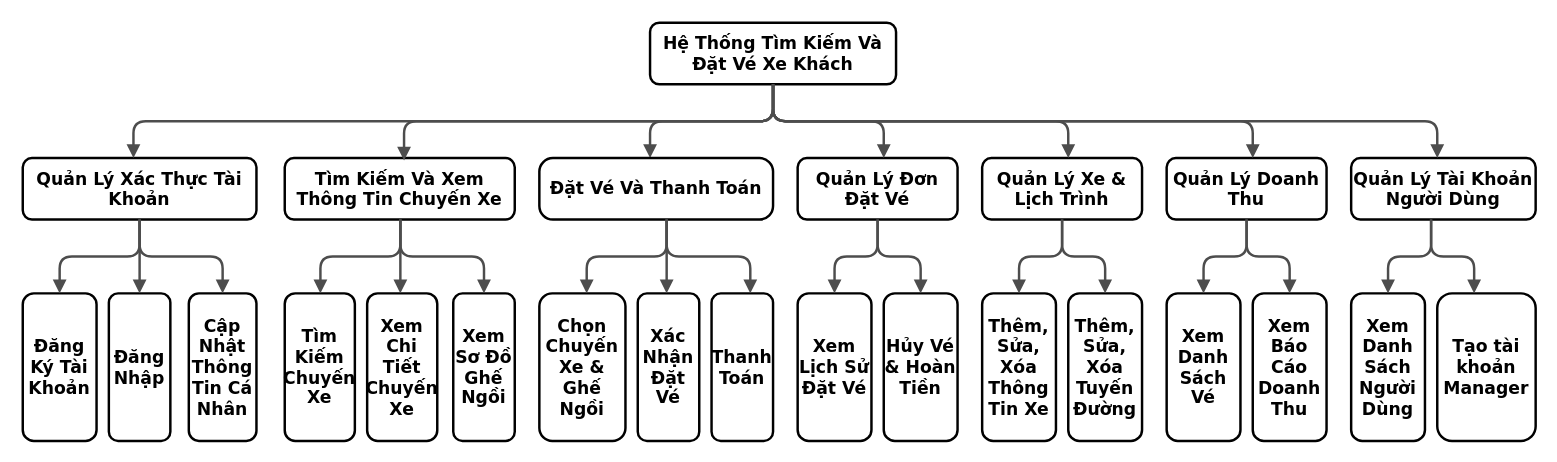
The draw.io diagram bieudophanra.drawio in anhquan1111/PBL3, before the edit. Source tidied: cells renumbered, new cells numbered last; positions are measured from the earlier drawing's top-left corner, leaving out a move shared by most shapes. Both pictures are drawn from the tidied source at 123%, with x=0, y=0 at pixel (22, 22).
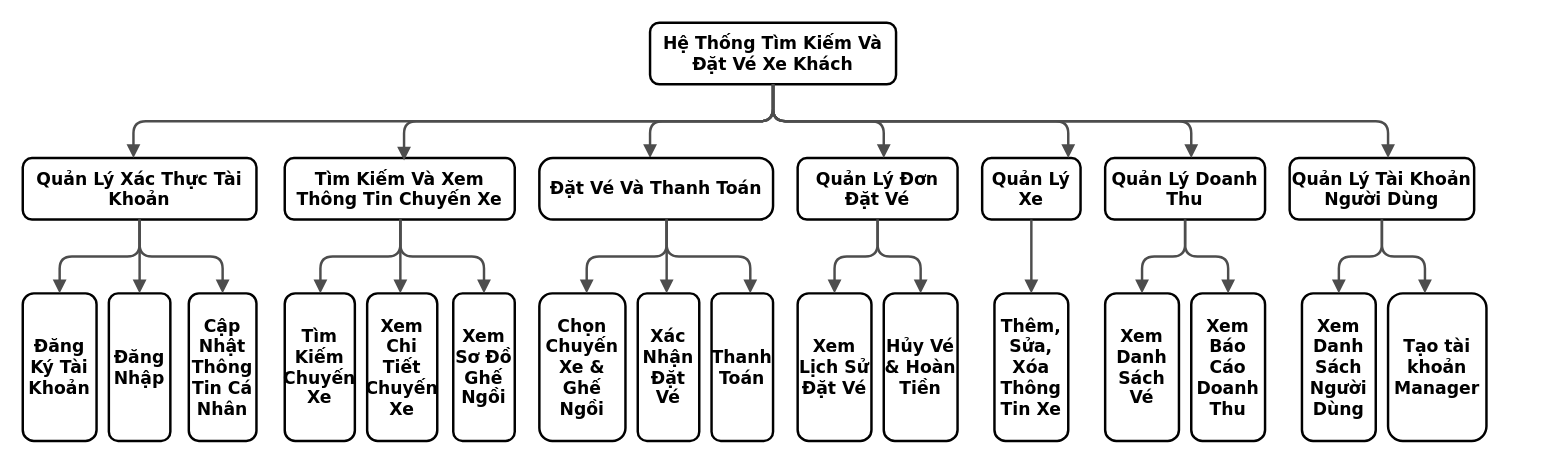
After the change.

Commit message:
Cập nhật bieudophanra.drawio

The change refers to these unchanged cells:
```xml
<mxCell id="7" value="&lt;font&gt;Hệ Thống Tìm Kiếm Và Đặt Vé Xe Khách&lt;/font&gt;" style="whiteSpace=wrap;html=1;rounded=1;shadow=0;comic=0;strokeWidth=2;fontFamily=Verdana;align=center;fontSize=14;fontStyle=1;" parent="1" vertex="1">
  <mxGeometry x="510" width="200" height="50" as="geometry" />
</mxCell>
```

Change to the diagram source:
```diff
@@
     <mxCell id="19" value="Thêm, Sửa, Xóa Thông Tin Xe" style="whiteSpace=wrap;html=1;rounded=1;shadow=0;comic=0;strokeWidth=2;fontFamily=Verdana;align=center;fontSize=14;fontStyle=1;" parent="1" vertex="1">
-      <mxGeometry x="780" y="220" width="60" height="120" as="geometry" />
+      <mxGeometry x="790" y="220" width="60" height="120" as="geometry" />
     </mxCell>
-    <mxCell id="20" value="Quản Lý Xe &amp;amp; Lịch Trình" style="whiteSpace=wrap;html=1;rounded=1;shadow=0;comic=0;strokeWidth=2;fontFamily=Verdana;align=center;fontSize=14;fontStyle=1;" parent="1" vertex="1">
-      <mxGeometry x="780" y="110" width="130" height="50" as="geometry" />
+    <mxCell id="20" value="Quản Lý Xe" style="whiteSpace=wrap;html=1;rounded=1;shadow=0;comic=0;strokeWidth=2;fontFamily=Verdana;align=center;fontSize=14;fontStyle=1;" parent="1" vertex="1">
+      <mxGeometry x="780" y="110" width="80" height="50" as="geometry" />
     </mxCell>
     <mxCell id="21" value="Quản Lý Doanh Thu" style="whiteSpace=wrap;html=1;rounded=1;shadow=0;comic=0;strokeWidth=2;fontFamily=Verdana;align=center;fontSize=14;fontStyle=1;" parent="1" vertex="1">
-      <mxGeometry x="930" y="110" width="130" height="50" as="geometry" />
+      <mxGeometry x="880" y="110" width="130" height="50" as="geometry" />
     </mxCell>
     <mxCell id="22" value="Quản Lý Tài Khoản Người Dùng" style="whiteSpace=wrap;html=1;rounded=1;shadow=0;comic=0;strokeWidth=2;fontFamily=Verdana;align=center;fontSize=14;fontStyle=1;" parent="1" vertex="1">
-      <mxGeometry x="1080" y="110" width="150" height="50" as="geometry" />
+      <mxGeometry x="1030" y="110" width="150" height="50" as="geometry" />
     </mxCell>
-    <mxCell id="23" value="Thêm, Sửa, Xóa Tuyến Đường" style="whiteSpace=wrap;html=1;rounded=1;shadow=0;comic=0;strokeWidth=2;fontFamily=Verdana;align=center;fontSize=14;fontStyle=1;" parent="1" vertex="1">
-      <mxGeometry x="850" y="220" width="60" height="120" as="geometry" />
-    </mxCell>
     <mxCell id="24" value="Xem Danh Sách Vé" style="whiteSpace=wrap;html=1;rounded=1;shadow=0;comic=0;strokeWidth=2;fontFamily=Verdana;align=center;fontSize=14;fontStyle=1;" parent="1" vertex="1">
-      <mxGeometry x="930" y="220" width="60" height="120" as="geometry" />
+      <mxGeometry x="880" y="220" width="60" height="120" as="geometry" />
     </mxCell>
     <mxCell id="25" value="Xem Báo Cáo Doanh Thu" style="whiteSpace=wrap;html=1;rounded=1;shadow=0;comic=0;strokeWidth=2;fontFamily=Verdana;align=center;fontSize=14;fontStyle=1;" parent="1" vertex="1">
-      <mxGeometry x="1000" y="220" width="60" height="120" as="geometry" />
+      <mxGeometry x="950" y="220" width="60" height="120" as="geometry" />
     </mxCell>
     <mxCell id="26" value="Xem Danh Sách Người Dùng" style="whiteSpace=wrap;html=1;rounded=1;shadow=0;comic=0;strokeWidth=2;fontFamily=Verdana;align=center;fontSize=14;fontStyle=1;" parent="1" vertex="1">
-      <mxGeometry x="1080" y="220" width="60" height="120" as="geometry" />
+      <mxGeometry x="1040" y="220" width="60" height="120" as="geometry" />
     </mxCell>
@@
     <mxCell id="30" style="edgeStyle=orthogonalEdgeStyle;rounded=1;html=1;labelBackgroundColor=none;endArrow=block;endFill=1;strokeColor=#4D4D4D;strokeWidth=2;fontFamily=Verdana;fontSize=14;fontStyle=1;exitX=0.5;exitY=1;exitDx=0;exitDy=0;" parent="1" edge="1" source="7">
       <mxGeometry relative="1" as="geometry">
-        <mxPoint x="1000" y="110" as="targetPoint" />
+        <mxPoint x="950" y="110" as="targetPoint" />
         <Array as="points">
           <mxPoint x="610" y="80" />
-          <mxPoint x="1000" y="80" />
-          <mxPoint x="1000" y="110" />
+          <mxPoint x="950" y="80" />
+          <mxPoint x="950" y="110" />
         </Array>
       </mxGeometry>
     </mxCell>
     <mxCell id="31" style="edgeStyle=orthogonalEdgeStyle;rounded=1;html=1;labelBackgroundColor=none;endArrow=block;endFill=1;strokeColor=#4D4D4D;strokeWidth=2;fontFamily=Verdana;fontSize=14;fontStyle=1;exitX=0.5;exitY=1;exitDx=0;exitDy=0;" parent="1" edge="1" source="7">
       <mxGeometry relative="1" as="geometry">
-        <mxPoint x="1150" y="110" as="targetPoint" />
+        <mxPoint x="1110" y="110" as="targetPoint" />
         <Array as="points">
           <mxPoint x="610" y="80" />
-          <mxPoint x="1150" y="80" />
-          <mxPoint x="1150" y="110" />
+          <mxPoint x="1110" y="80" />
+          <mxPoint x="1110" y="110" />
         </Array>
       </mxGeometry>
     </mxCell>
@@
     <mxCell id="44" style="edgeStyle=orthogonalEdgeStyle;rounded=1;html=1;labelBackgroundColor=none;endArrow=block;endFill=1;strokeColor=#4D4D4D;strokeWidth=2;fontFamily=Verdana;fontSize=14;fontStyle=1;exitX=0.5;exitY=1;exitDx=0;exitDy=0;entryX=0.5;entryY=0;entryDx=0;entryDy=0;" parent="1" edge="1">
       <mxGeometry relative="1" as="geometry">
-        <mxPoint x="995" y="160" as="sourcePoint" />
-        <mxPoint x="960" y="220" as="targetPoint" />
+        <mxPoint x="945" y="160" as="sourcePoint" />
+        <mxPoint x="910" y="220" as="targetPoint" />
         <Array as="points">
-          <mxPoint x="995" y="190" />
-          <mxPoint x="960" y="190" />
+          <mxPoint x="945" y="190" />
+          <mxPoint x="910" y="190" />
         </Array>
       </mxGeometry>
     </mxCell>
     <mxCell id="45" style="edgeStyle=orthogonalEdgeStyle;rounded=1;html=1;labelBackgroundColor=none;endArrow=block;endFill=1;strokeColor=#4D4D4D;strokeWidth=2;fontFamily=Verdana;fontSize=14;fontStyle=1;exitX=0.5;exitY=1;exitDx=0;exitDy=0;entryX=0.5;entryY=0;entryDx=0;entryDy=0;" parent="1" edge="1">
       <mxGeometry relative="1" as="geometry">
-        <mxPoint x="995" y="160" as="sourcePoint" />
-        <mxPoint x="1030" y="220" as="targetPoint" />
+        <mxPoint x="945" y="160" as="sourcePoint" />
+        <mxPoint x="980" y="220" as="targetPoint" />
         <Array as="points">
-          <mxPoint x="995" y="190" />
-          <mxPoint x="1030" y="190" />
+          <mxPoint x="945" y="190" />
+          <mxPoint x="980" y="190" />
         </Array>
       </mxGeometry>
     </mxCell>
-    <mxCell id="46" style="edgeStyle=orthogonalEdgeStyle;rounded=1;html=1;labelBackgroundColor=none;endArrow=block;endFill=1;strokeColor=#4D4D4D;strokeWidth=2;fontFamily=Verdana;fontSize=14;fontStyle=1;exitX=0.5;exitY=1;exitDx=0;exitDy=0;entryX=0.5;entryY=0;entryDx=0;entryDy=0;" parent="1" edge="1">
+    <mxCell id="46" style="edgeStyle=orthogonalEdgeStyle;rounded=1;html=1;labelBackgroundColor=none;endArrow=block;endFill=1;strokeColor=#4D4D4D;strokeWidth=2;fontFamily=Verdana;fontSize=14;fontStyle=1;exitX=0.5;exitY=1;exitDx=0;exitDy=0;entryX=0.5;entryY=0;entryDx=0;entryDy=0;" parent="1" edge="1" source="20" target="19">
       <mxGeometry relative="1" as="geometry">
-        <mxPoint x="845" y="160" as="sourcePoint" />
-        <mxPoint x="810" y="220" as="targetPoint" />
         <Array as="points">
-          <mxPoint x="845" y="190" />
-          <mxPoint x="810" y="190" />
+          <mxPoint x="820" y="210" />
+          <mxPoint x="820" y="210" />
         </Array>
       </mxGeometry>
     </mxCell>
-    <mxCell id="47" style="edgeStyle=orthogonalEdgeStyle;rounded=1;html=1;labelBackgroundColor=none;endArrow=block;endFill=1;strokeColor=#4D4D4D;strokeWidth=2;fontFamily=Verdana;fontSize=14;fontStyle=1;exitX=0.5;exitY=1;exitDx=0;exitDy=0;entryX=0.5;entryY=0;entryDx=0;entryDy=0;" parent="1" edge="1">
-      <mxGeometry relative="1" as="geometry">
-        <mxPoint x="845" y="160" as="sourcePoint" />
-        <mxPoint x="880" y="220" as="targetPoint" />
-        <Array as="points">
-          <mxPoint x="845" y="190" />
-          <mxPoint x="880" y="190" />
-        </Array>
-      </mxGeometry>
-    </mxCell>
     <mxCell id="48" value="Tạo tài khoản Manager" style="whiteSpace=wrap;html=1;rounded=1;shadow=0;comic=0;strokeWidth=2;fontFamily=Verdana;align=center;fontSize=14;fontStyle=1;" parent="1" vertex="1">
-      <mxGeometry x="1150" y="220" width="80" height="120" as="geometry" />
+      <mxGeometry x="1110" y="220" width="80" height="120" as="geometry" />
     </mxCell>
     <mxCell id="49" style="edgeStyle=orthogonalEdgeStyle;rounded=1;html=1;labelBackgroundColor=none;endArrow=block;endFill=1;strokeColor=#4D4D4D;strokeWidth=2;fontFamily=Verdana;fontSize=14;fontStyle=1;exitX=0.5;exitY=1;exitDx=0;exitDy=0;entryX=0.5;entryY=0;entryDx=0;entryDy=0;" parent="1" edge="1">
       <mxGeometry relative="1" as="geometry">
-        <mxPoint x="1145" y="160" as="sourcePoint" />
-        <mxPoint x="1110" y="220" as="targetPoint" />
+        <mxPoint x="1105" y="160" as="sourcePoint" />
+        <mxPoint x="1070" y="220" as="targetPoint" />
         <Array as="points">
-          <mxPoint x="1145" y="190" />
-          <mxPoint x="1110" y="190" />
+          <mxPoint x="1105" y="190" />
+          <mxPoint x="1070" y="190" />
         </Array>
       </mxGeometry>
     </mxCell>
     <mxCell id="50" style="edgeStyle=orthogonalEdgeStyle;rounded=1;html=1;labelBackgroundColor=none;endArrow=block;endFill=1;strokeColor=#4D4D4D;strokeWidth=2;fontFamily=Verdana;fontSize=14;fontStyle=1;exitX=0.5;exitY=1;exitDx=0;exitDy=0;entryX=0.5;entryY=0;entryDx=0;entryDy=0;" parent="1" edge="1">
       <mxGeometry relative="1" as="geometry">
-        <mxPoint x="1145" y="160" as="sourcePoint" />
-        <mxPoint x="1180" y="220" as="targetPoint" />
+        <mxPoint x="1105" y="160" as="sourcePoint" />
+        <mxPoint x="1140" y="220" as="targetPoint" />
         <Array as="points">
-          <mxPoint x="1145" y="190" />
-          <mxPoint x="1180" y="190" />
+          <mxPoint x="1105" y="190" />
+          <mxPoint x="1140" y="190" />
         </Array>
       </mxGeometry>
     </mxCell>
```
